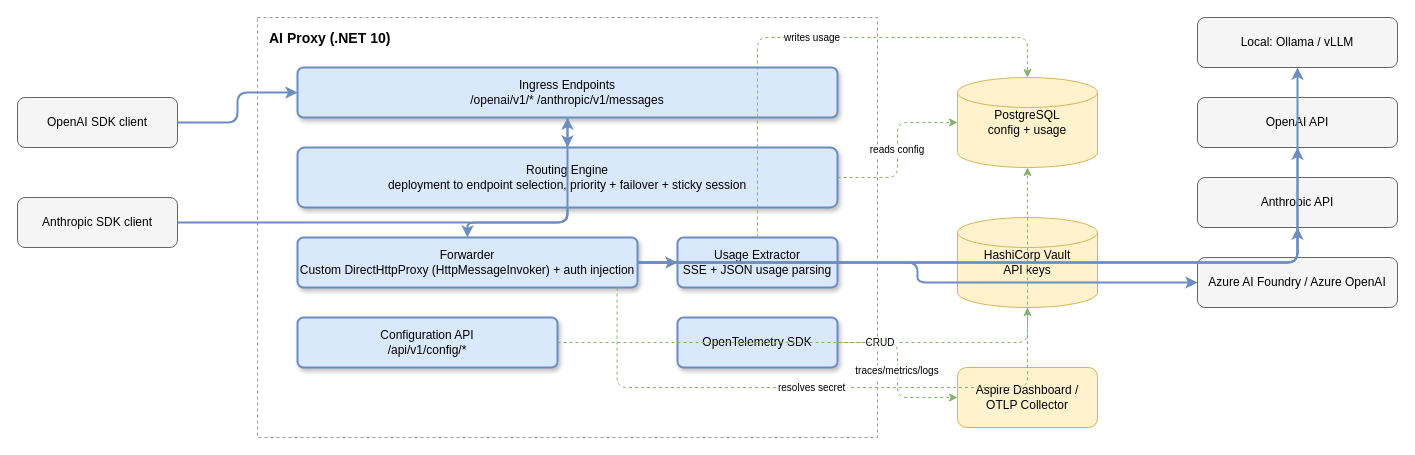
Earlier version of the draw.io diagram specs/architecture/diagrams/01-high-level-architecture.drawio (azureholic/AIProxyPlus). Source tidied: cells renumbered, new cells numbered last; positions are measured from the earlier drawing's top-left corner, leaving out a move shared by most shapes. Both pictures are drawn from the tidied source at 100%, with x=0, y=0 at pixel (17, 17).
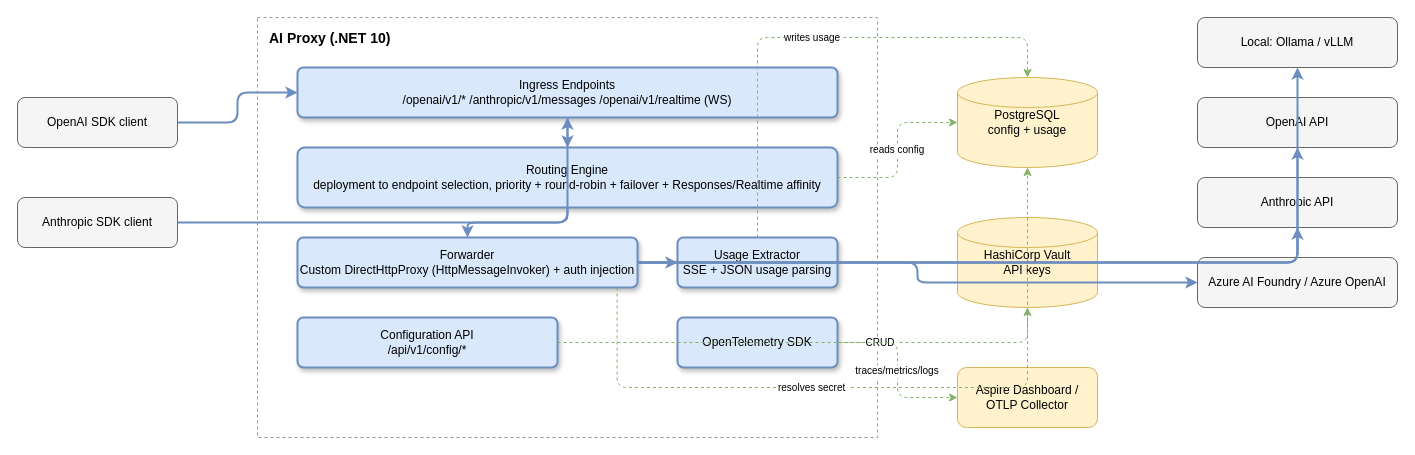
The same diagram, later.

Commit message (it also covers changes not shown here):
Iteration 2 Phase 4: update architecture docs/diagrams and README for load-balancing + Realtime API

What changed in the source:
```diff
@@
-    <mxCell id="5" value="Ingress Endpoints&#10;/openai/v1/*  /anthropic/v1/messages" style="rounded=1;whiteSpace=wrap;html=1;fillColor=#dae8fc;strokeColor=#6c8ebf;strokeWidth=2;arcSize=12;shadow=1;" parent="1" vertex="1">
+    <mxCell id="5" value="Ingress Endpoints&#10;/openai/v1/*  /anthropic/v1/messages  /openai/v1/realtime (WS)" style="rounded=1;whiteSpace=wrap;html=1;fillColor=#dae8fc;strokeColor=#6c8ebf;strokeWidth=2;arcSize=12;shadow=1;" parent="1" vertex="1">
       <mxGeometry x="280" y="50" width="540" height="50" as="geometry" />
     </mxCell>
-    <mxCell id="6" value="Routing Engine&#10;deployment to endpoint selection, priority + failover + sticky session" style="rounded=1;whiteSpace=wrap;html=1;fillColor=#dae8fc;strokeColor=#6c8ebf;strokeWidth=2;arcSize=12;shadow=1;" parent="1" vertex="1">
+    <mxCell id="6" value="Routing Engine&#10;deployment to endpoint selection, priority + round-robin + failover + Responses/Realtime affinity" style="rounded=1;whiteSpace=wrap;html=1;fillColor=#dae8fc;strokeColor=#6c8ebf;strokeWidth=2;arcSize=12;shadow=1;" parent="1" vertex="1">
       <mxGeometry x="280" y="130" width="540" height="60" as="geometry" />
     </mxCell>
```
